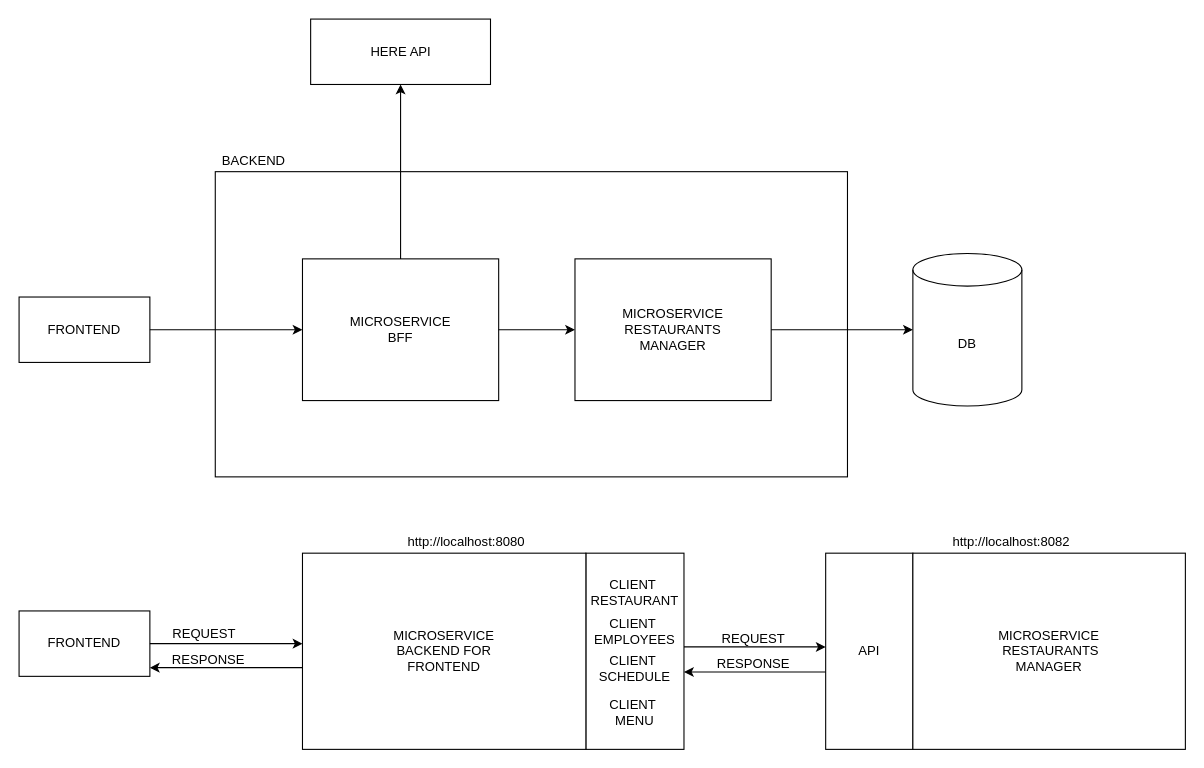
Above: architecture/architecture diagram.drawio in porqueeuprogramo/pep-restaurant-documentation (draw.io), before the change. Source tidied: cells renumbered, new cells numbered last; positions are measured from the earlier drawing's top-left corner, leaving out a move shared by most shapes. Both pictures are drawn from the tidied source at 109%, with x=0, y=0 at pixel (19, 19).
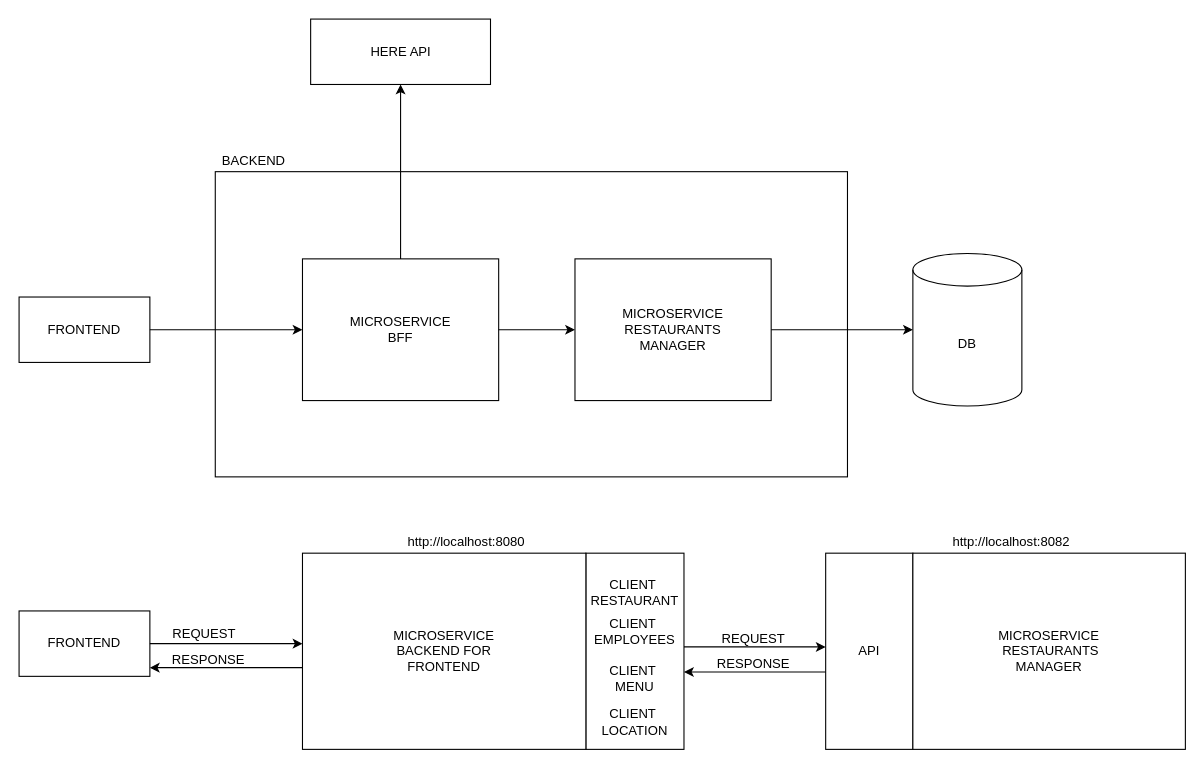
Above is the later version.

Diff of the diagram source:
```diff
@@
-    <mxCell id="26" value="CLIENT&amp;nbsp; SCHEDULE" style="text;html=1;strokeColor=none;fillColor=none;align=center;verticalAlign=middle;whiteSpace=wrap;rounded=0;" parent="1" vertex="1">
-      <mxGeometry x="535" y="581" width="60" height="30" as="geometry" />
-    </mxCell>
     <mxCell id="27" value="CLIENT&amp;nbsp; MENU" style="text;html=1;strokeColor=none;fillColor=none;align=center;verticalAlign=middle;whiteSpace=wrap;rounded=0;" parent="1" vertex="1">
-      <mxGeometry x="535" y="621" width="60" height="30" as="geometry" />
+      <mxGeometry x="535" y="590" width="60" height="30" as="geometry" />
     </mxCell>
@@
+    <mxCell id="33" value="CLIENT&amp;nbsp; LOCATION" style="text;html=1;strokeColor=none;fillColor=none;align=center;verticalAlign=middle;whiteSpace=wrap;rounded=0;" parent="1" vertex="1">
+      <mxGeometry x="535" y="630" width="60" height="30" as="geometry" />
+    </mxCell>
```
